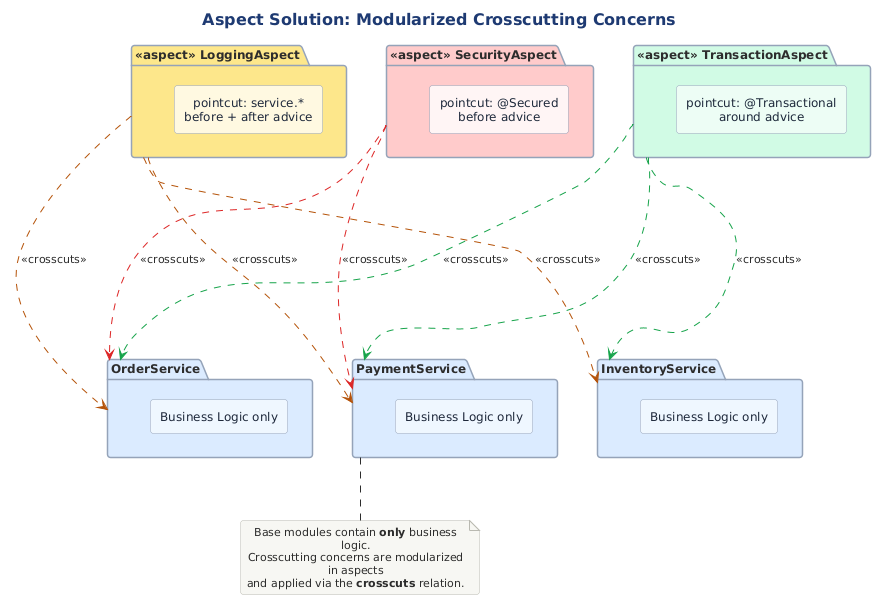
This is src/architecture/views-and-beyond/style-catalogs/module/aspects-style/png/aspect-solution-modularized-crosscutting.png from Notoriousjayy/latex-docs, a PlantUML export, as it was before one commit. The source it was exported from:
```plantuml
@startuml

skinparam packageBackgroundColor #F0F4F8
!include ../../../../../../tooling/styles/plantuml/structural/package-diagram-style.iuml

skinparam packageBorderColor #94A3B8
skinparam rectangleFontColor #1E293B
skinparam rectangleBorderColor #94A3B8

title Aspect Solution: Modularized Crosscutting Concerns

together {
  package "<<aspect>> LoggingAspect" as la #FDE68A {
    rectangle "pointcut: service.*\nbefore + after advice" as la_d #FFF8E1
  }

  package "<<aspect>> SecurityAspect" as sa #FECACA {
    rectangle "pointcut: @Secured\nbefore advice" as sa_d #FFF5F5
  }

  package "<<aspect>> TransactionAspect" as ta #D1FAE5 {
    rectangle "pointcut: @Transactional\naround advice" as ta_d #ECFDF5
  }
}

together {
  package "OrderService" as os #DBEAFE {
    rectangle "Business Logic only" as os_bl #EFF6FF
  }

  package "PaymentService" as ps #DBEAFE {
    rectangle "Business Logic only" as ps_bl #EFF6FF
  }

  package "InventoryService" as inv #DBEAFE {
    rectangle "Business Logic only" as inv_bl #EFF6FF
  }
}

la ..[#B45309]..> os : <<crosscuts>>
la ..[#B45309]..> ps : <<crosscuts>>
la ..[#B45309]..> inv : <<crosscuts>>

sa ..[#DC2626]..> os : <<crosscuts>>
sa ..[#DC2626]..> ps : <<crosscuts>>

ta ..[#16A34A]..> os : <<crosscuts>>
ta ..[#16A34A]..> ps : <<crosscuts>>
ta ..[#16A34A]..> inv : <<crosscuts>>

note bottom of ps
  Base modules contain **only** business logic.
  Crosscutting concerns are modularized in aspects
  and applied via the **crosscuts** relation.
end note

@enduml
```
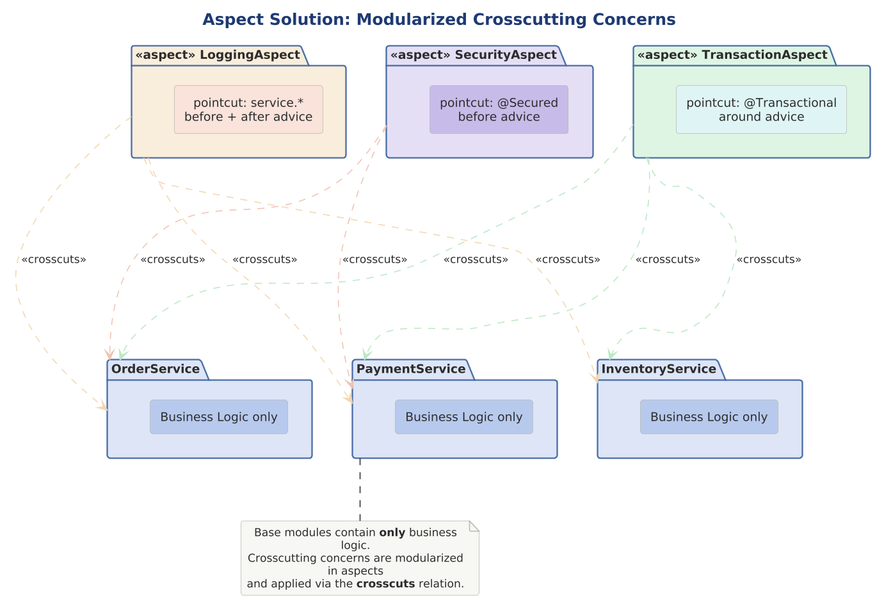
After the commit.

What changed in the source:
```diff
@@ -1,52 +1,52 @@
 @startuml
 
-skinparam packageBackgroundColor #F0F4F8
+skinparam dpi 150
+
+
+
+
 !include ../../../../../../tooling/styles/plantuml/structural/package-diagram-style.iuml
-
-skinparam packageBorderColor #94A3B8
-skinparam rectangleFontColor #1E293B
-skinparam rectangleBorderColor #94A3B8
 
 title Aspect Solution: Modularized Crosscutting Concerns
 
 together {
-  package "<<aspect>> LoggingAspect" as la #FDE68A {
-    rectangle "pointcut: service.*\nbefore + after advice" as la_d #FFF8E1
+  package "<<aspect>> LoggingAspect" as la $fill_caution {
+    rectangle "pointcut: service.*\nbefore + after advice" as la_d $fill_invalid
   }
 
-  package "<<aspect>> SecurityAspect" as sa #FECACA {
-    rectangle "pointcut: @Secured\nbefore advice" as sa_d #FFF5F5
+  package "<<aspect>> SecurityAspect" as sa $fill_alt {
+    rectangle "pointcut: @Secured\nbefore advice" as sa_d $deep_alt
   }
 
-  package "<<aspect>> TransactionAspect" as ta #D1FAE5 {
-    rectangle "pointcut: @Transactional\naround advice" as ta_d #ECFDF5
+  package "<<aspect>> TransactionAspect" as ta $fill_ok {
+    rectangle "pointcut: @Transactional\naround advice" as ta_d $fill_dynamic
   }
 }
 
 together {
-  package "OrderService" as os #DBEAFE {
-    rectangle "Business Logic only" as os_bl #EFF6FF
+  package "OrderService" as os $fill_primary {
+    rectangle "Business Logic only" as os_bl $deep_primary
   }
 
-  package "PaymentService" as ps #DBEAFE {
-    rectangle "Business Logic only" as ps_bl #EFF6FF
+  package "PaymentService" as ps $fill_primary {
+    rectangle "Business Logic only" as ps_bl $deep_primary
   }
 
-  package "InventoryService" as inv #DBEAFE {
-    rectangle "Business Logic only" as inv_bl #EFF6FF
+  package "InventoryService" as inv $fill_primary {
+    rectangle "Business Logic only" as inv_bl $deep_primary
   }
 }
 
-la ..[#B45309]..> os : <<crosscuts>>
-la ..[#B45309]..> ps : <<crosscuts>>
-la ..[#B45309]..> inv : <<crosscuts>>
+la ..[$deep_caution]..> os : <<crosscuts>>
+la ..[$deep_caution]..> ps : <<crosscuts>>
+la ..[$deep_caution]..> inv : <<crosscuts>>
 
-sa ..[#DC2626]..> os : <<crosscuts>>
-sa ..[#DC2626]..> ps : <<crosscuts>>
+sa ..[$deep_invalid]..> os : <<crosscuts>>
+sa ..[$deep_invalid]..> ps : <<crosscuts>>
 
-ta ..[#16A34A]..> os : <<crosscuts>>
-ta ..[#16A34A]..> ps : <<crosscuts>>
-ta ..[#16A34A]..> inv : <<crosscuts>>
+ta ..[$deep_ok]..> os : <<crosscuts>>
+ta ..[$deep_ok]..> ps : <<crosscuts>>
+ta ..[$deep_ok]..> inv : <<crosscuts>>
 
 note bottom of ps
   Base modules contain **only** business logic.
```
